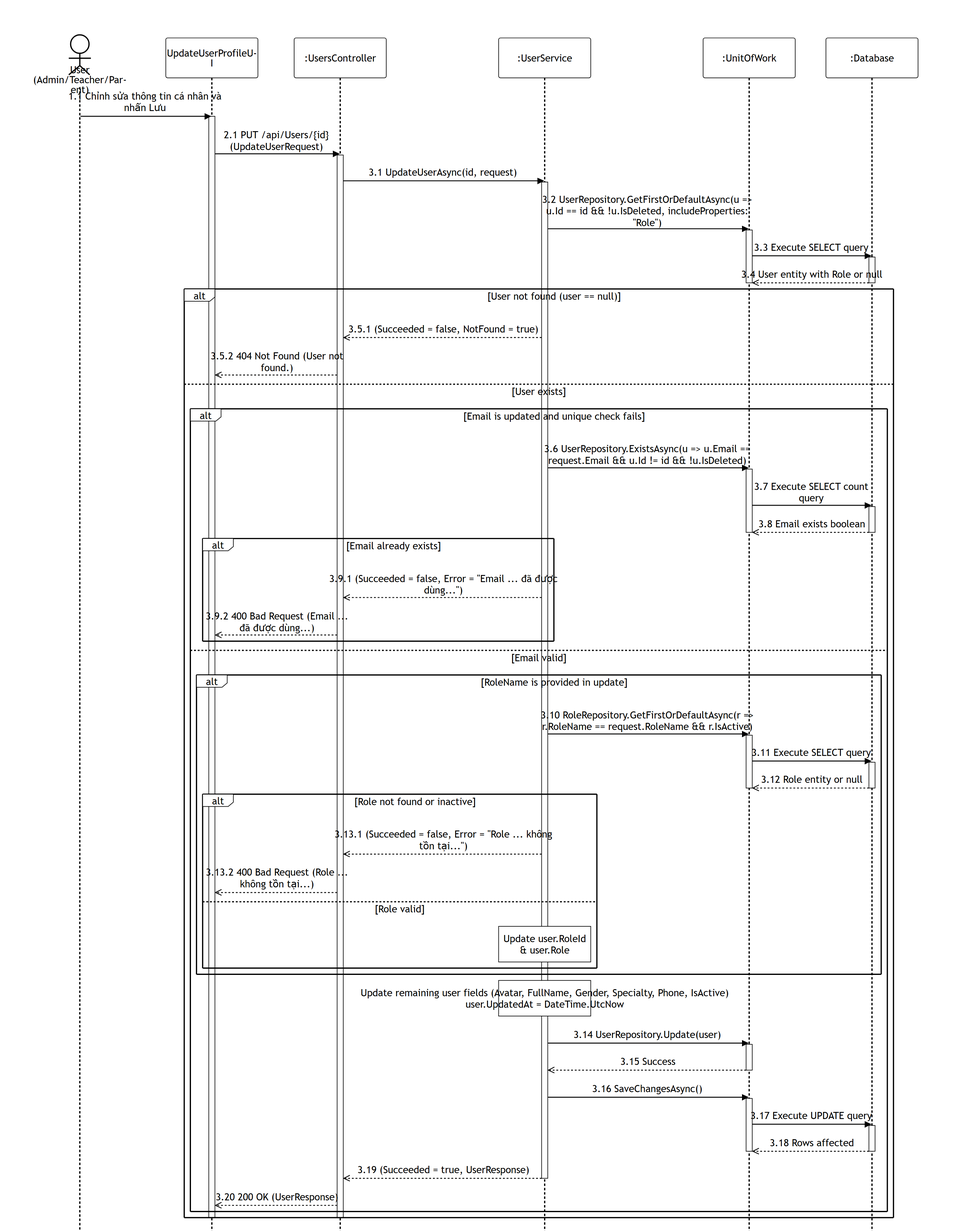
This is 02-user-role-management/images/apis/update-user-profile.png from PhucAnDev/docx-diagram, a Mermaid export, as it was before one commit. Its source is kept beside it as 02-user-role-management/sequence-diagram/apis/update-user-profile.mmd.
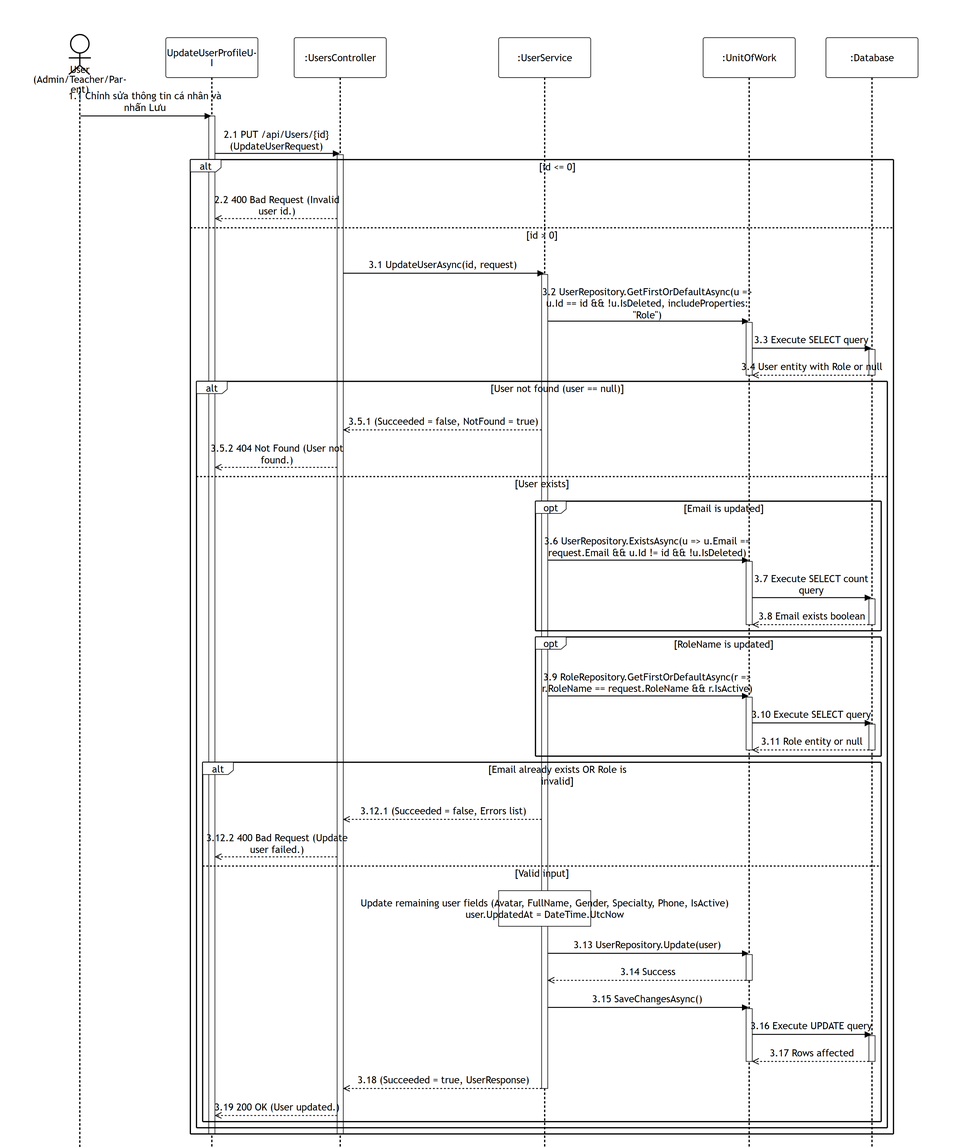
The same file after the commit.

Commit message:
fix: update update-user-profile and other diagrams to synchronize actors, logic, validation with latest source code

The edit, as a diff of the source:
```diff
@@ -13,70 +13,67 @@
     UI->>Endpoint: 2.1 PUT /api/Users/{id} (UpdateUserRequest)
     activate Endpoint
 
-    Endpoint->>Service: 3.1 UpdateUserAsync(id, request)
-    activate Service
+    alt id <= 0
+        Endpoint-->>UI: 2.2 400 Bad Request (Invalid user id.)
+    else id > 0
+        Endpoint->>Service: 3.1 UpdateUserAsync(id, request)
+        activate Service
 
-    Service->>DB: 3.2 UserRepository.GetFirstOrDefaultAsync(u => u.Id == id && !u.IsDeleted, includeProperties: "Role")
-    activate DB
-    DB->>Database: 3.3 Execute SELECT query
-    activate Database
-    Database-->>DB: 3.4 User entity with Role or null
-    deactivate Database
-    deactivate DB
+        Service->>DB: 3.2 UserRepository.GetFirstOrDefaultAsync(u => u.Id == id && !u.IsDeleted, includeProperties: "Role")
+        activate DB
+        DB->>Database: 3.3 Execute SELECT query
+        activate Database
+        Database-->>DB: 3.4 User entity with Role or null
+        deactivate Database
+        deactivate DB
 
-    alt User not found (user == null)
-        Service-->>Endpoint: 3.5.1 (Succeeded = false, NotFound = true)
-        Endpoint-->>UI: 3.5.2 404 Not Found (User not found.)
-    else User exists
-        alt Email is updated and unique check fails
-            Service->>DB: 3.6 UserRepository.ExistsAsync(u => u.Email == request.Email && u.Id != id && !u.IsDeleted)
-            activate DB
-            DB->>Database: 3.7 Execute SELECT count query
-            activate Database
-            Database-->>DB: 3.8 Email exists boolean
-            deactivate Database
-            deactivate DB
+        alt User not found (user == null)
+            Service-->>Endpoint: 3.5.1 (Succeeded = false, NotFound = true)
+            Endpoint-->>UI: 3.5.2 404 Not Found (User not found.)
+        else User exists
+            opt Email is updated
+                Service->>DB: 3.6 UserRepository.ExistsAsync(u => u.Email == request.Email && u.Id != id && !u.IsDeleted)
+                activate DB
+                DB->>Database: 3.7 Execute SELECT count query
+                activate Database
+                Database-->>DB: 3.8 Email exists boolean
+                deactivate Database
+                deactivate DB
+            end
 
-            alt Email already exists
-                Service-->>Endpoint: 3.9.1 (Succeeded = false, Error = "Email ... đã được dùng...")
-                Endpoint-->>UI: 3.9.2 400 Bad Request (Email ... đã được dùng...)
+            opt RoleName is updated
+                Service->>DB: 3.9 RoleRepository.GetFirstOrDefaultAsync(r => r.RoleName == request.RoleName && r.IsActive)
+                activate DB
+                DB->>Database: 3.10 Execute SELECT query
+                activate Database
+                Database-->>DB: 3.11 Role entity or null
+                deactivate Database
+                deactivate DB
             end
-        else Email valid
-            alt RoleName is provided in update
-                Service->>DB: 3.10 RoleRepository.GetFirstOrDefaultAsync(r => r.RoleName == request.RoleName && r.IsActive)
+
+            alt Email already exists OR Role is invalid
+                Service-->>Endpoint: 3.12.1 (Succeeded = false, Errors list)
+                Endpoint-->>UI: 3.12.2 400 Bad Request (Update user failed.)
+            else Valid input
+                note over Service: Update remaining user fields (Avatar, FullName, Gender, Specialty, Phone, IsActive)<br/>user.UpdatedAt = DateTime.UtcNow
+
+                Service->>DB: 3.13 UserRepository.Update(user)
                 activate DB
-                DB->>Database: 3.11 Execute SELECT query
+                DB-->>Service: 3.14 Success
+                deactivate DB
+
+                Service->>DB: 3.15 SaveChangesAsync()
+                activate DB
+                DB->>Database: 3.16 Execute UPDATE query
                 activate Database
-                Database-->>DB: 3.12 Role entity or null
+                Database-->>DB: 3.17 Rows affected
                 deactivate Database
                 deactivate DB
 
-                alt Role not found or inactive
-                    Service-->>Endpoint: 3.13.1 (Succeeded = false, Error = "Role ... không tồn tại...")
-                    Endpoint-->>UI: 3.13.2 400 Bad Request (Role ... không tồn tại...)
-                else Role valid
-                    note over Service: Update user.RoleId & user.Role
-                end
+                Service-->>Endpoint: 3.18 (Succeeded = true, UserResponse)
+                deactivate Service
+                Endpoint-->>UI: 3.19 200 OK (User updated.)
             end
-
-            note over Service: Update remaining user fields (Avatar, FullName, Gender, Specialty, Phone, IsActive)<br/>user.UpdatedAt = DateTime.UtcNow
-
-            Service->>DB: 3.14 UserRepository.Update(user)
-            activate DB
-            DB-->>Service: 3.15 Success
-            deactivate DB
-
-            Service->>DB: 3.16 SaveChangesAsync()
-            activate DB
-            DB->>Database: 3.17 Execute UPDATE query
-            activate Database
-            Database-->>DB: 3.18 Rows affected
-            deactivate Database
-            deactivate DB
-
-            Service-->>Endpoint: 3.19 (Succeeded = true, UserResponse)
-            deactivate Service
-            Endpoint-->>UI: 3.20 200 OK (UserResponse)
         end
     end
     deactivate Endpoint
```
